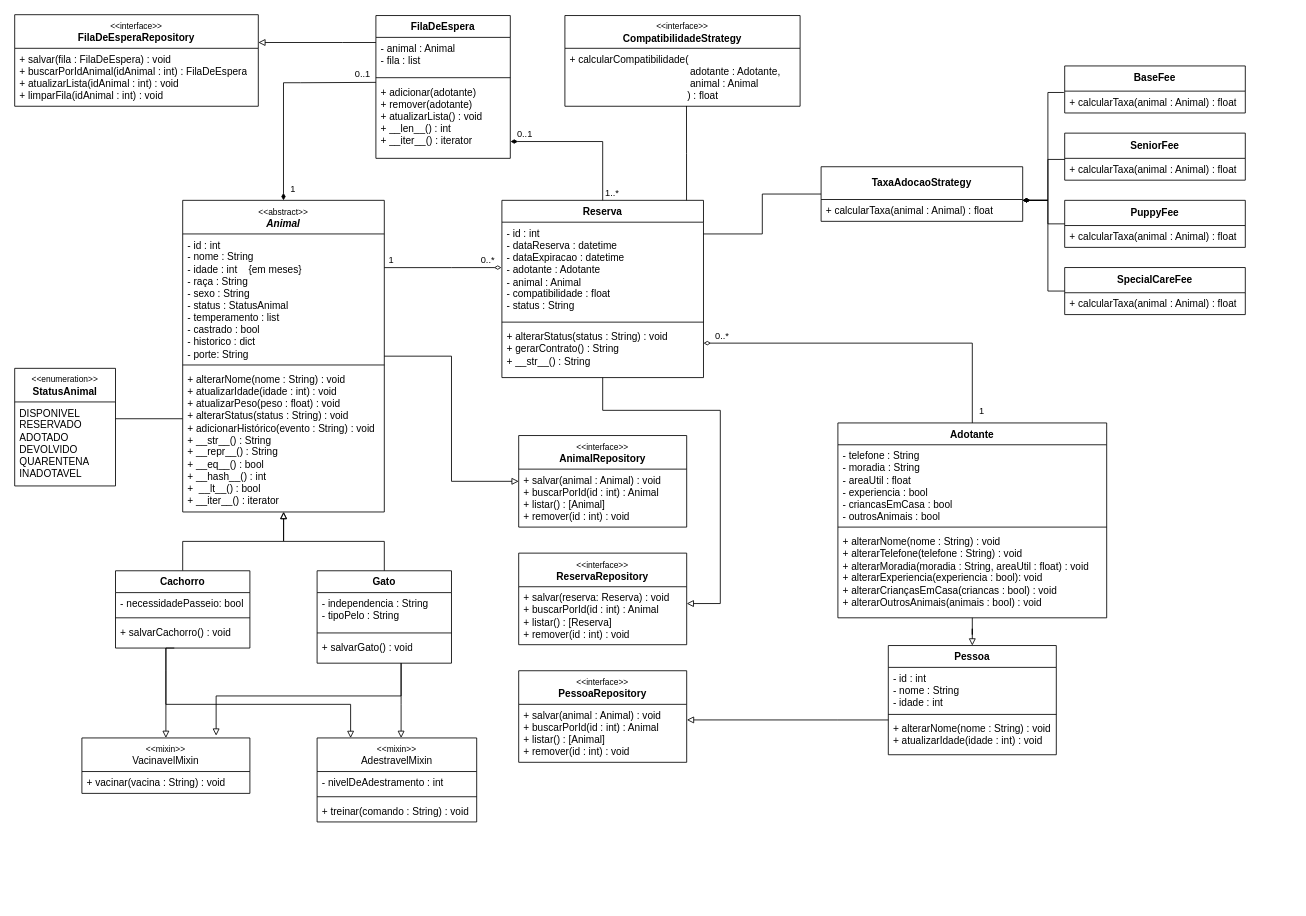
Before: docs/DiagramaDeClasses.drawio in guilhermefrmdev/sistema-de-adocao-de-animais, a draw.io diagram. Source tidied: cells renumbered, new cells numbered last; positions are measured from the earlier drawing's top-left corner, leaving out a move shared by most shapes. Both pictures are drawn from the tidied source at 84%, with x=0, y=0 at pixel (14, 14).
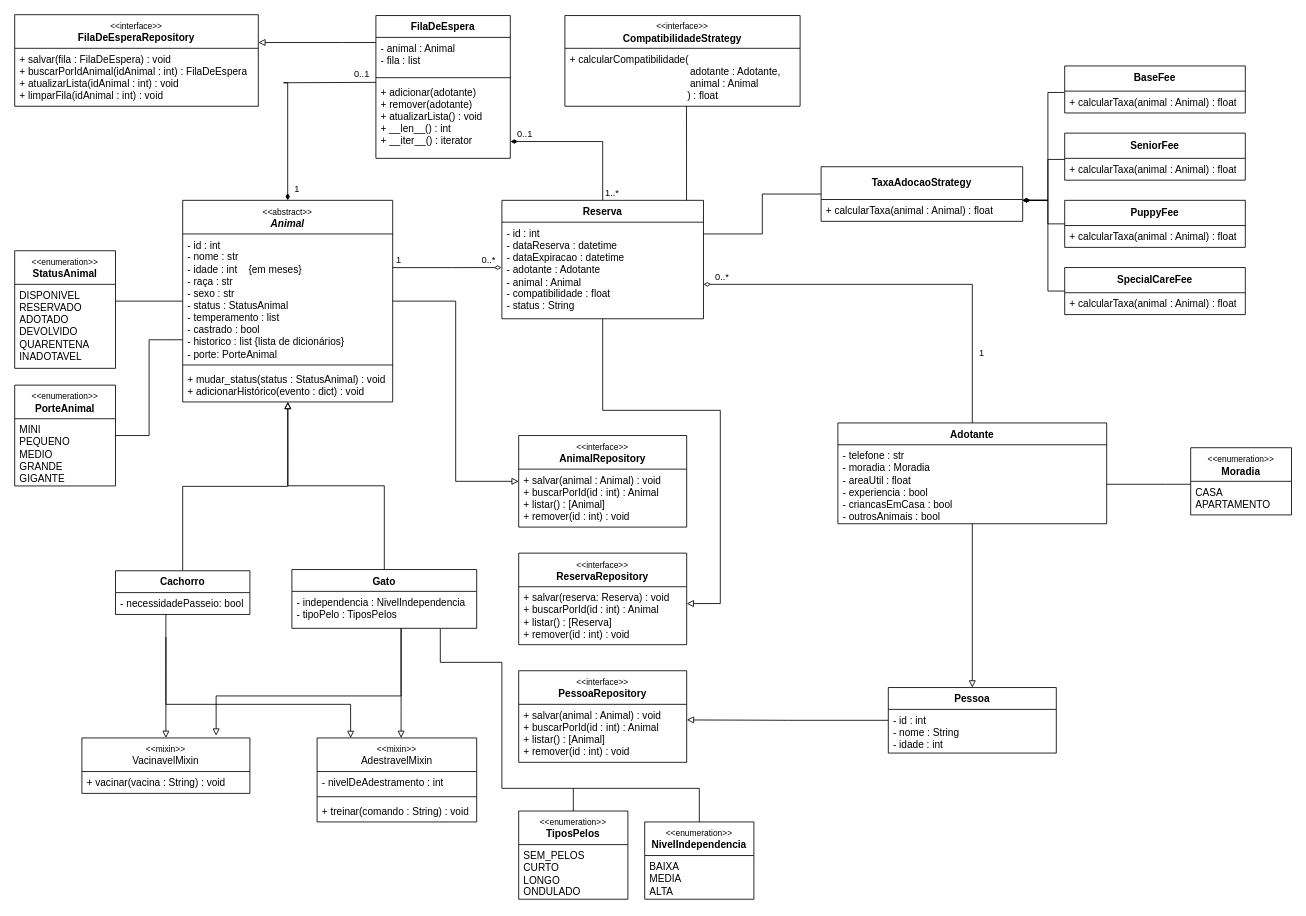
The same diagram, later.

Commit message (it also covers changes not shown here):
docs: atualizando o diagrama de classes

Unchanged cells that the change refers to:
```xml
<mxCell id="40" value="&lt;div&gt;&lt;span style=&quot;font-size: 10px;&quot;&gt;&amp;lt;&amp;lt;mixin&amp;gt;&amp;gt;&lt;/span&gt;&lt;/div&gt;AdestravelMixin" style="swimlane;fontStyle=0;horizontal=1;startSize=40;whiteSpace=wrap;html=1;" parent="1" vertex="1">
  <mxGeometry x="360" y="861" width="190" height="100" as="geometry" />
</mxCell>
<mxCell id="82" value="+ salvar(animal : Animal) : void&lt;div&gt;+ buscarPorId(id : int) : Animal&lt;/div&gt;&lt;div&gt;+ listar() : [Animal]&lt;/div&gt;&lt;div&gt;+ remover(id : int) : void&lt;/div&gt;" style="text;strokeColor=none;fillColor=none;align=left;verticalAlign=top;spacingLeft=4;spacingRight=4;overflow=hidden;points=[[0,0.5],[1,0.5]];portConstraint=eastwest;whiteSpace=wrap;html=1;" parent="81" vertex="1">
  <mxGeometry y="40" width="200" height="69" as="geometry" />
</mxCell>
```

The edit, as a diff of the source:
```diff
@@
     <mxCell id="3" value="&lt;span style=&quot;font-weight: normal;&quot;&gt;&lt;font style=&quot;font-size: 10px;&quot;&gt;&amp;lt;&amp;lt;abstract&amp;gt;&amp;gt;&lt;/font&gt;&lt;/span&gt;&lt;div&gt;&lt;i&gt;Animal&lt;/i&gt;&lt;/div&gt;" style="swimlane;fontStyle=1;align=center;verticalAlign=top;horizontal=1;startSize=40;whiteSpace=wrap;html=1;" parent="1" vertex="1">
-      <mxGeometry x="200" y="221" width="240" height="371" as="geometry" />
+      <mxGeometry x="200" y="221" width="250" height="240" as="geometry" />
     </mxCell>
-    <mxCell id="4" value="&lt;div&gt;- id : int&lt;/div&gt;- nome : String&lt;div&gt;- idade : int&amp;nbsp; &amp;nbsp; {em meses}&lt;/div&gt;&lt;div&gt;- raça : String&lt;/div&gt;&lt;div&gt;- sexo : String&lt;/div&gt;&lt;div&gt;- status : StatusAnimal&lt;/div&gt;&lt;div&gt;- temperamento : list&lt;/div&gt;&lt;div&gt;- castrado : bool&lt;/div&gt;&lt;div&gt;- historico : dict&lt;/div&gt;&lt;div&gt;- porte: String&lt;/div&gt;" style="text;strokeColor=none;fillColor=none;align=left;verticalAlign=top;spacingLeft=4;spacingRight=4;overflow=hidden;points=[[0,0.5],[1,0.5]];portConstraint=eastwest;whiteSpace=wrap;html=1;" parent="3" vertex="1">
-      <mxGeometry y="40" width="240" height="152" as="geometry" />
+    <mxCell id="4" value="&lt;div&gt;- id : int&lt;/div&gt;- nome : str&lt;div&gt;- idade : int&amp;nbsp; &amp;nbsp; {em meses}&lt;/div&gt;&lt;div&gt;- raça : str&lt;/div&gt;&lt;div&gt;- sexo : str&lt;/div&gt;&lt;div&gt;- status : StatusAnimal&lt;/div&gt;&lt;div&gt;- temperamento : list&lt;/div&gt;&lt;div&gt;- castrado : bool&lt;/div&gt;&lt;div&gt;- historico : list {lista de dicionários}&lt;/div&gt;&lt;div&gt;- porte: PorteAnimal&lt;/div&gt;" style="text;strokeColor=none;fillColor=none;align=left;verticalAlign=top;spacingLeft=4;spacingRight=4;overflow=hidden;points=[[0,0.5],[1,0.5]];portConstraint=eastwest;whiteSpace=wrap;html=1;" parent="3" vertex="1">
+      <mxGeometry y="40" width="250" height="152" as="geometry" />
     </mxCell>
     <mxCell id="5" style="line;strokeWidth=1;fillColor=none;align=left;verticalAlign=middle;spacingTop=-1;spacingLeft=3;spacingRight=3;labelPosition=right;strokeColor=inherit;" parent="3" vertex="1">
-      <mxGeometry y="192" width="240" height="8" as="geometry" />
+      <mxGeometry y="192" width="250" height="8" as="geometry" />
     </mxCell>
-    <mxCell id="6" value="+ alterarNome(nome : String) : void&lt;div&gt;+ atualizarIdade(idade : int) : void&lt;/div&gt;&lt;div&gt;+ atualizarPeso(peso : float) : void&lt;/div&gt;&lt;div&gt;+ alterarStatus(status : String) : void&lt;/div&gt;&lt;div&gt;+ adicionarHistórico(evento : String) : void&lt;/div&gt;&lt;div&gt;+ __str__() : String&lt;/div&gt;&lt;div&gt;+ __repr__() : String&lt;/div&gt;&lt;div&gt;+ __eq__() : bool&lt;/div&gt;&lt;div&gt;+ __hash__() : int&lt;/div&gt;&lt;div&gt;+&amp;nbsp; __lt__() : bool&lt;/div&gt;&lt;div&gt;+ __iter__() : iterator&lt;/div&gt;" style="text;strokeColor=none;fillColor=none;align=left;verticalAlign=top;spacingLeft=4;spacingRight=4;overflow=hidden;points=[[0,0.5],[1,0.5]];portConstraint=eastwest;whiteSpace=wrap;html=1;" parent="3" vertex="1">
-      <mxGeometry y="200" width="240" height="171" as="geometry" />
+    <mxCell id="6" value="&lt;div&gt;+ mudar_status(status : StatusAnimal) : void&lt;/div&gt;&lt;div&gt;+ adicionarHistórico(evento : dict) : void&lt;/div&gt;" style="text;strokeColor=none;fillColor=none;align=left;verticalAlign=top;spacingLeft=4;spacingRight=4;overflow=hidden;points=[[0,0.5],[1,0.5]];portConstraint=eastwest;whiteSpace=wrap;html=1;" parent="3" vertex="1">
+      <mxGeometry y="200" width="250" height="40" as="geometry" />
     </mxCell>
@@
     <mxCell id="8" style="edgeStyle=orthogonalEdgeStyle;rounded=0;jettySize=auto;html=1;entryX=0.21;entryY=0.001;entryDx=0;entryDy=0;endArrow=block;endFill=0;entryPerimeter=0;" parent="1" edge="1" target="40">
-      <mxGeometry relative="1" as="geometry">
-        <mxPoint x="190" y="754" as="sourcePoint" />
+      <mxGeometry x="0.01" relative="1" as="geometry">
+        <mxPoint x="180" y="741" as="sourcePoint" />
         <Array as="points">
           <mxPoint x="180" y="754" />
           <mxPoint x="180" y="821" />
           <mxPoint x="399.9" y="821" />
         </Array>
       </mxGeometry>
     </mxCell>
@@
     <mxCell id="10" value="Cachorro" style="swimlane;fontStyle=1;align=center;verticalAlign=top;horizontal=1;startSize=26;whiteSpace=wrap;html=1;" parent="1" vertex="1">
-      <mxGeometry x="120" y="662" width="160" height="92" as="geometry" />
+      <mxGeometry x="120" y="662" width="160" height="52" as="geometry" />
     </mxCell>
@@
-    <mxCell id="12" style="line;strokeWidth=1;fillColor=none;align=left;verticalAlign=middle;spacingTop=-1;spacingLeft=3;spacingRight=3;labelPosition=right;strokeColor=inherit;" parent="10" vertex="1">
-      <mxGeometry y="52" width="160" height="8" as="geometry" />
-    </mxCell>
-    <mxCell id="13" value="&lt;div&gt;+ salvarCachorro() : void&lt;/div&gt;" style="text;strokeColor=none;fillColor=none;align=left;verticalAlign=top;spacingLeft=4;spacingRight=4;overflow=hidden;whiteSpace=wrap;html=1;" parent="10" vertex="1">
-      <mxGeometry y="60" width="160" height="32" as="geometry" />
-    </mxCell>
     <mxCell id="14" value="Gato" style="swimlane;fontStyle=1;align=center;verticalAlign=top;horizontal=1;startSize=26;whiteSpace=wrap;html=1;" parent="1" vertex="1">
-      <mxGeometry x="360" y="662" width="160" height="110" as="geometry" />
+      <mxGeometry x="330" y="660.5" width="220" height="70" as="geometry" />
     </mxCell>
-    <mxCell id="15" value="&lt;div&gt;- independencia : String&lt;/div&gt;&lt;div&gt;- tipoPelo : String&lt;/div&gt;" style="text;strokeColor=none;fillColor=none;align=left;verticalAlign=top;spacingLeft=4;spacingRight=4;overflow=hidden;points=[[0,0.5],[1,0.5]];portConstraint=eastwest;whiteSpace=wrap;html=1;" parent="14" vertex="1">
-      <mxGeometry y="26" width="160" height="44" as="geometry" />
+    <mxCell id="15" value="&lt;div&gt;- independencia : NivelIndependencia&lt;/div&gt;&lt;div&gt;- tipoPelo : TiposPelos&lt;/div&gt;" style="text;strokeColor=none;fillColor=none;align=left;verticalAlign=top;spacingLeft=4;spacingRight=4;overflow=hidden;points=[[0,0.5],[1,0.5]];portConstraint=eastwest;whiteSpace=wrap;html=1;" parent="14" vertex="1">
+      <mxGeometry y="26" width="220" height="44" as="geometry" />
     </mxCell>
-    <mxCell id="16" style="line;strokeWidth=1;fillColor=none;align=left;verticalAlign=middle;spacingTop=-1;spacingLeft=3;spacingRight=3;labelPosition=right;strokeColor=inherit;" parent="14" vertex="1">
-      <mxGeometry y="70" width="160" height="8" as="geometry" />
-    </mxCell>
-    <mxCell id="17" value="&lt;div&gt;+ salvarGato() : void&lt;/div&gt;" style="text;strokeColor=none;fillColor=none;align=left;verticalAlign=top;spacingLeft=4;spacingRight=4;overflow=hidden;whiteSpace=wrap;html=1;" parent="14" vertex="1">
-      <mxGeometry y="78" width="160" height="32" as="geometry" />
-    </mxCell>
@@
     <mxCell id="19" value="Adotante" style="swimlane;fontStyle=1;align=center;verticalAlign=top;horizontal=1;startSize=26;whiteSpace=wrap;html=1;" parent="1" vertex="1">
-      <mxGeometry x="980" y="486" width="320" height="232" as="geometry" />
+      <mxGeometry x="980" y="486" width="320" height="120" as="geometry" />
     </mxCell>
-    <mxCell id="20" value="&lt;div&gt;&lt;span style=&quot;background-color: transparent; color: light-dark(rgb(0, 0, 0), rgb(255, 255, 255));&quot;&gt;- telefone : String&lt;/span&gt;&lt;/div&gt;&lt;div&gt;- moradia : String&lt;/div&gt;&lt;div&gt;- areaUtil : float&lt;/div&gt;&lt;div&gt;- experiencia : bool&lt;/div&gt;&lt;div&gt;- criancasEmCasa : bool&lt;/div&gt;&lt;div&gt;- outrosAnimais : bool&lt;/div&gt;" style="text;strokeColor=none;fillColor=none;align=left;verticalAlign=top;spacingLeft=4;spacingRight=4;overflow=hidden;points=[[0,0.5],[1,0.5]];portConstraint=eastwest;whiteSpace=wrap;html=1;" parent="19" vertex="1">
+    <mxCell id="20" value="&lt;div&gt;&lt;span style=&quot;background-color: transparent; color: light-dark(rgb(0, 0, 0), rgb(255, 255, 255));&quot;&gt;- telefone : str&lt;/span&gt;&lt;/div&gt;&lt;div&gt;- moradia : Moradia&lt;/div&gt;&lt;div&gt;- areaUtil : float&lt;/div&gt;&lt;div&gt;- experiencia : bool&lt;/div&gt;&lt;div&gt;- criancasEmCasa : bool&lt;/div&gt;&lt;div&gt;- outrosAnimais : bool&lt;/div&gt;" style="text;strokeColor=none;fillColor=none;align=left;verticalAlign=top;spacingLeft=4;spacingRight=4;overflow=hidden;points=[[0,0.5],[1,0.5]];portConstraint=eastwest;whiteSpace=wrap;html=1;" parent="19" vertex="1">
       <mxGeometry y="26" width="320" height="94" as="geometry" />
     </mxCell>
-    <mxCell id="21" style="line;strokeWidth=1;fillColor=none;align=left;verticalAlign=middle;spacingTop=-1;spacingLeft=3;spacingRight=3;labelPosition=right;strokeColor=inherit;" parent="19" vertex="1">
-      <mxGeometry y="120" width="320" height="8" as="geometry" />
-    </mxCell>
-    <mxCell id="22" value="+ alterarNome(nome : String) : void&lt;div&gt;+ alterarTelefone(telefone : String) : void&lt;/div&gt;&lt;div&gt;+ alterarMoradia(moradia : String, areaUtil : float) : void&lt;/div&gt;&lt;div&gt;+ alterarExperiencia(experiencia : bool): void&lt;/div&gt;&lt;div&gt;+ alterarCriançasEmCasa(criancas : bool) : void&lt;/div&gt;&lt;div&gt;+ alterarOutrosAnimais(animais : bool) : void&lt;/div&gt;" style="text;strokeColor=none;fillColor=none;align=left;verticalAlign=top;spacingLeft=4;spacingRight=4;overflow=hidden;whiteSpace=wrap;html=1;" parent="19" vertex="1">
-      <mxGeometry y="128" width="320" height="104" as="geometry" />
-    </mxCell>
@@
     <mxCell id="24" value="Reserva" style="swimlane;fontStyle=1;align=center;verticalAlign=top;horizontal=1;startSize=26;whiteSpace=wrap;html=1;" parent="1" vertex="1">
-      <mxGeometry x="580" y="221" width="240" height="211" as="geometry" />
+      <mxGeometry x="580" y="221" width="240" height="141" as="geometry" />
     </mxCell>
@@
-    <mxCell id="26" style="line;strokeWidth=1;fillColor=none;align=left;verticalAlign=middle;spacingTop=-1;spacingLeft=3;spacingRight=3;labelPosition=right;strokeColor=inherit;" parent="24" vertex="1">
-      <mxGeometry y="141" width="240" height="8" as="geometry" />
-    </mxCell>
-    <mxCell id="27" value="+ alterarStatus(status : String) : void&lt;br&gt;&lt;div&gt;+ gerarContrato() : String&lt;/div&gt;&lt;div&gt;+ __str__() : String&lt;/div&gt;" style="text;strokeColor=none;fillColor=none;align=left;verticalAlign=top;spacingLeft=4;spacingRight=4;overflow=hidden;whiteSpace=wrap;html=1;" parent="24" vertex="1">
-      <mxGeometry y="149" width="240" height="62" as="geometry" />
-    </mxCell>
@@
     <mxCell id="48" style="edgeStyle=orthogonalEdgeStyle;rounded=0;jettySize=auto;html=1;endArrow=diamondThin;endFill=0;exitX=0.5;exitY=0;exitDx=0;exitDy=0;" parent="1" edge="1" source="19">
-      <mxGeometry relative="1" as="geometry">
-        <mxPoint x="820" y="391" as="targetPoint" />
+      <mxGeometry x="0.15" relative="1" as="geometry">
+        <mxPoint x="820" y="321" as="targetPoint" />
         <Array as="points">
-          <mxPoint x="1140" y="391" />
-          <mxPoint x="820" y="391" />
+          <mxPoint x="1140" y="321" />
         </Array>
       </mxGeometry>
     </mxCell>
     <mxCell id="49" value="1" style="edgeLabel;html=1;align=center;verticalAlign=middle;" parent="48" vertex="1">
-      <mxGeometry x="-0.84" relative="1" as="geometry">
+      <mxGeometry x="-0.58" relative="1" as="geometry">
         <mxPoint x="10" y="18" as="offset" />
       </mxGeometry>
     </mxCell>
     <mxCell id="50" value="0..*" style="edgeLabel;html=1;align=center;verticalAlign=middle;" parent="48" vertex="1">
-      <mxGeometry x="0.79" y="-1" relative="1" as="geometry">
+      <mxGeometry x="0.82" y="-1" relative="1" as="geometry">
         <mxPoint x="-23" y="-9" as="offset" />
       </mxGeometry>
     </mxCell>
@@
     <mxCell id="54" value="Pessoa" style="swimlane;fontStyle=1;align=center;verticalAlign=top;horizontal=1;startSize=26;whiteSpace=wrap;html=1;" parent="1" vertex="1">
-      <mxGeometry x="1040" y="751" width="200" height="130" as="geometry" />
+      <mxGeometry x="1040" y="801" width="200" height="78" as="geometry" />
     </mxCell>
@@
-    <mxCell id="56" style="line;strokeWidth=1;fillColor=none;align=left;verticalAlign=middle;spacingTop=-1;spacingLeft=3;spacingRight=3;labelPosition=right;strokeColor=inherit;" parent="54" vertex="1">
-      <mxGeometry y="78" width="200" height="8" as="geometry" />
-    </mxCell>
-    <mxCell id="57" value="+ alterarNome(nome : String) : void&lt;div&gt;+ atualizarIdade(idade : int) : void&lt;/div&gt;" style="text;strokeColor=none;fillColor=none;align=left;verticalAlign=top;spacingLeft=4;spacingRight=4;overflow=hidden;whiteSpace=wrap;html=1;" parent="54" vertex="1">
-      <mxGeometry y="86" width="200" height="44" as="geometry" />
-    </mxCell>
@@
     <mxCell id="61" value="&lt;font style=&quot;font-size: 10px;&quot;&gt;&amp;lt;&amp;lt;enumeration&amp;gt;&amp;gt;&lt;/font&gt;&lt;b&gt;&lt;br/&gt;StatusAnimal&lt;/b&gt;" style="swimlane;fontStyle=0;horizontal=1;startSize=40;whiteSpace=wrap;html=1;" parent="1" vertex="1">
-      <mxGeometry y="421" width="120" height="140" as="geometry" />
+      <mxGeometry y="281" width="120" height="140" as="geometry" />
     </mxCell>
@@
     <mxCell id="63" style="edgeStyle=orthogonalEdgeStyle;rounded=0;jettySize=auto;html=1;endArrow=none;endFill=0;" parent="1" edge="1" source="61">
       <mxGeometry relative="1" as="geometry">
-        <mxPoint x="200" y="481" as="targetPoint" />
+        <mxPoint x="200" y="341" as="targetPoint" />
         <Array as="points">
-          <mxPoint x="200.7" y="481" />
+          <mxPoint x="200.7" y="341" />
         </Array>
       </mxGeometry>
     </mxCell>
@@
-    <mxCell id="84" style="edgeStyle=orthogonalEdgeStyle;rounded=0;jettySize=auto;html=1;entryX=1.001;entryY=0.269;entryDx=0;entryDy=0;entryPerimeter=0;endArrow=block;endFill=0;" parent="1" edge="1" source="54" target="82">
-      <mxGeometry relative="1" as="geometry">
-        <Array as="points">
-          <mxPoint x="980" y="839.6" />
-          <mxPoint x="980" y="839.6" />
-        </Array>
-      </mxGeometry>
+    <mxCell id="84" value=" " style="edgeStyle=orthogonalEdgeStyle;rounded=0;jettySize=auto;html=1;entryX=1.001;entryY=0.269;entryDx=0;entryDy=0;entryPerimeter=0;endArrow=block;endFill=0;exitX=0;exitY=0.5;exitDx=0;exitDy=0;" parent="1" edge="1" source="54" target="82">
+      <mxGeometry x="-0.01" relative="1" as="geometry" />
     </mxCell>
@@
+    <mxCell id="88" value="&lt;font style=&quot;font-size: 10px;&quot;&gt;&amp;lt;&amp;lt;enumeration&amp;gt;&amp;gt;&lt;/font&gt;&lt;b&gt;&lt;br&gt;Moradia&lt;/b&gt;" style="swimlane;fontStyle=0;horizontal=1;startSize=40;whiteSpace=wrap;html=1;" parent="1" vertex="1">
+      <mxGeometry x="1400" y="515.5" width="120" height="80" as="geometry" />
+    </mxCell>
+    <mxCell id="89" value="CASA&lt;div&gt;APARTAMENTO&lt;/div&gt;" style="text;strokeColor=none;fillColor=none;align=left;verticalAlign=top;spacingLeft=4;spacingRight=4;overflow=hidden;whiteSpace=wrap;html=1;" parent="88" vertex="1">
+      <mxGeometry y="40" width="120" height="40" as="geometry" />
+    </mxCell>
+    <mxCell id="90" style="edgeStyle=orthogonalEdgeStyle;rounded=0;jettySize=auto;html=1;entryX=1;entryY=0.5;entryDx=0;entryDy=0;defaultLabelBackgroundColor=page;endArrow=none;endFill=0;" parent="1" edge="1" source="88" target="20">
+      <mxGeometry x="-0.05" relative="1" as="geometry">
+        <Array as="points">
+          <mxPoint x="1370" y="559" />
+          <mxPoint x="1370" y="559" />
+        </Array>
+      </mxGeometry>
+    </mxCell>
+    <mxCell id="91" value="&lt;font style=&quot;font-size: 10px;&quot;&gt;&amp;lt;&amp;lt;enumeration&amp;gt;&amp;gt;&lt;/font&gt;&lt;b&gt;&lt;br&gt;NivelIndependencia&lt;/b&gt;" style="swimlane;fontStyle=0;horizontal=1;startSize=40;whiteSpace=wrap;html=1;" parent="1" vertex="1">
+      <mxGeometry x="750" y="961" width="130" height="92" as="geometry" />
+    </mxCell>
+    <mxCell id="92" value="BAIXA&lt;div&gt;MEDIA&lt;/div&gt;&lt;div&gt;ALTA&lt;/div&gt;" style="text;strokeColor=none;fillColor=none;align=left;verticalAlign=top;spacingLeft=4;spacingRight=4;overflow=hidden;whiteSpace=wrap;html=1;" parent="91" vertex="1">
+      <mxGeometry y="40" width="130" height="52" as="geometry" />
+    </mxCell>
+    <mxCell id="93" style="edgeStyle=orthogonalEdgeStyle;rounded=0;jettySize=auto;html=1;entryX=0.803;entryY=1.014;entryDx=0;entryDy=0;entryPerimeter=0;defaultLabelBackgroundColor=page;endArrow=none;endFill=0;" parent="1" edge="1" source="91" target="15">
+      <mxGeometry x="0.1" relative="1" as="geometry">
+        <Array as="points">
+          <mxPoint x="815" y="921" />
+          <mxPoint x="580" y="921" />
+          <mxPoint x="580" y="771" />
+          <mxPoint x="506.7" y="771" />
+        </Array>
+      </mxGeometry>
+    </mxCell>
+    <mxCell id="94" value="&lt;font style=&quot;font-size: 10px;&quot;&gt;&amp;lt;&amp;lt;enumeration&amp;gt;&amp;gt;&lt;/font&gt;&lt;b&gt;&lt;br&gt;PorteAnimal&lt;/b&gt;" style="swimlane;fontStyle=0;horizontal=1;startSize=40;whiteSpace=wrap;html=1;" parent="1" vertex="1">
+      <mxGeometry y="441" width="120" height="120" as="geometry" />
+    </mxCell>
+    <mxCell id="95" value="MINI&lt;div&gt;PEQUENO&lt;/div&gt;&lt;div&gt;MEDIO&lt;/div&gt;&lt;div&gt;GRANDE&lt;/div&gt;&lt;div&gt;GIGANTE&lt;/div&gt;" style="text;strokeColor=none;fillColor=none;align=left;verticalAlign=top;spacingLeft=4;spacingRight=4;overflow=hidden;points=[[0,0.5],[1,0.5]];portConstraint=eastwest;whiteSpace=wrap;html=1;" parent="94" vertex="1">
+      <mxGeometry y="40" width="120" height="80" as="geometry" />
+    </mxCell>
+    <mxCell id="96" style="edgeStyle=orthogonalEdgeStyle;rounded=0;jettySize=auto;html=1;entryX=0;entryY=0.829;entryDx=0;entryDy=0;entryPerimeter=0;defaultLabelBackgroundColor=page;exitX=1;exitY=0.25;exitDx=0;exitDy=0;exitPerimeter=0;endArrow=none;endFill=0;" parent="1" edge="1" source="95" target="4">
+      <mxGeometry x="-0.01" relative="1" as="geometry" />
+    </mxCell>
+    <mxCell id="97" style="edgeStyle=orthogonalEdgeStyle;rounded=0;jettySize=auto;html=1;defaultLabelBackgroundColor=page;endArrow=none;endFill=0;" parent="1" edge="1" source="98">
+      <mxGeometry relative="1" as="geometry">
+        <mxPoint x="665" y="921" as="targetPoint" />
+      </mxGeometry>
+    </mxCell>
+    <mxCell id="98" value="&lt;font style=&quot;font-size: 10px;&quot;&gt;&amp;lt;&amp;lt;enumeration&amp;gt;&amp;gt;&lt;/font&gt;&lt;b&gt;&lt;br&gt;TiposPelos&lt;/b&gt;" style="swimlane;fontStyle=0;horizontal=1;startSize=40;whiteSpace=wrap;html=1;" parent="1" vertex="1">
+      <mxGeometry x="600" y="948" width="130" height="105" as="geometry" />
+    </mxCell>
+    <mxCell id="99" value="SEM_PELOS&lt;div&gt;CURTO&lt;/div&gt;&lt;div&gt;LONGO&lt;/div&gt;&lt;div&gt;ONDULADO&lt;/div&gt;" style="text;strokeColor=none;fillColor=none;align=left;verticalAlign=top;spacingLeft=4;spacingRight=4;overflow=hidden;whiteSpace=wrap;html=1;" parent="98" vertex="1">
+      <mxGeometry y="40" width="130" height="65" as="geometry" />
+    </mxCell>
```
